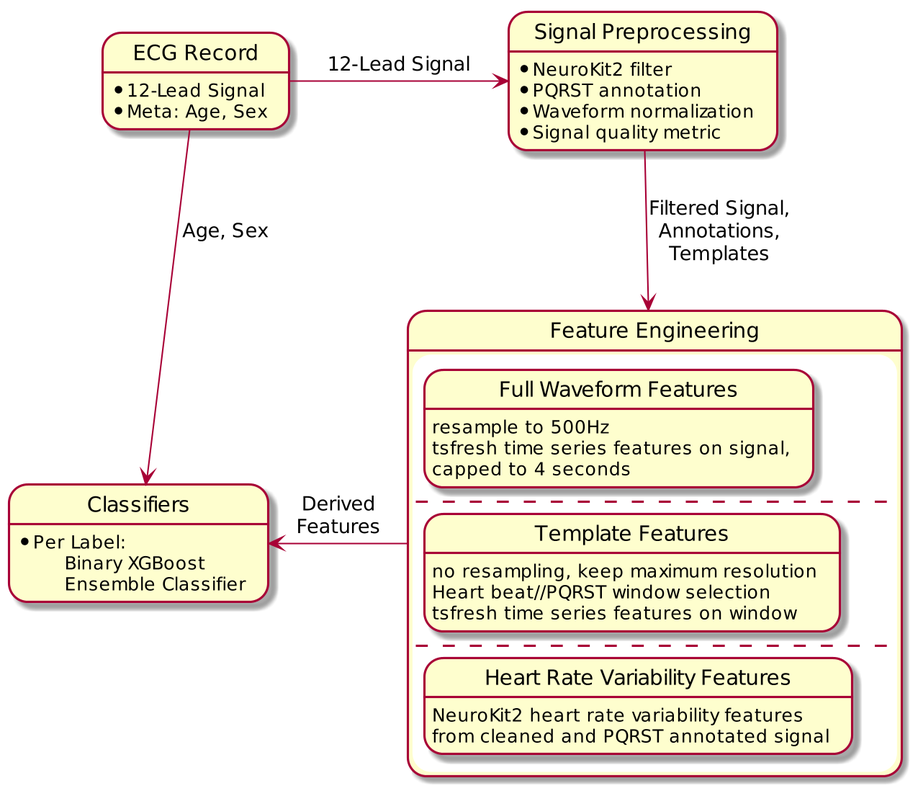
Earlier version of the PlantUML export fig/methodology.png (awwong1/cinc-2020-paper).
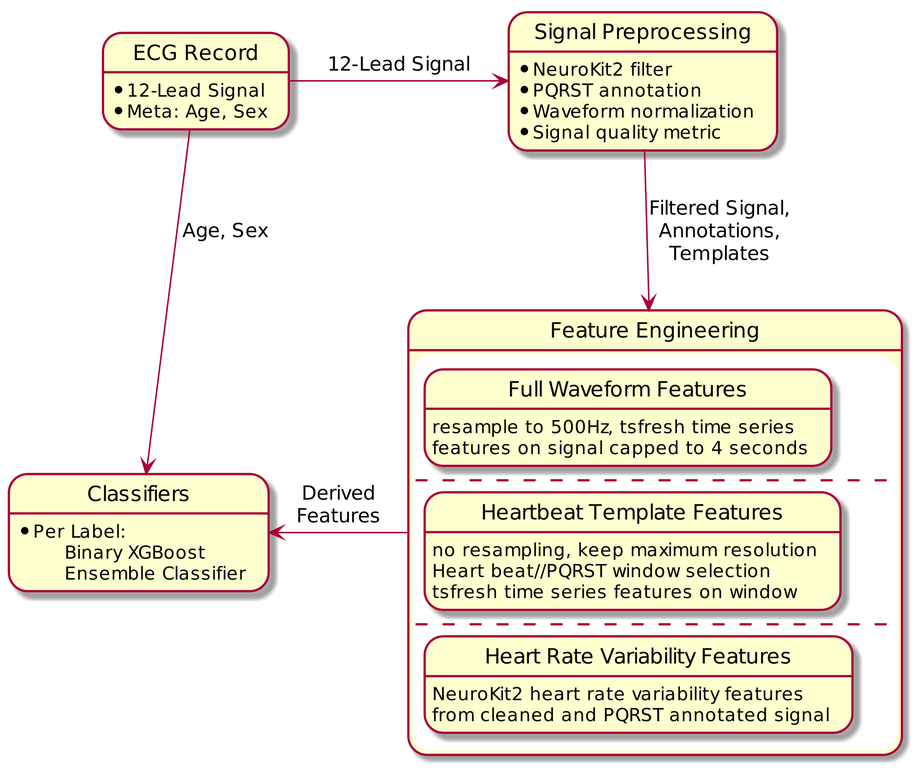
Later version of the same file.

Diff of the diagram source:
```diff
@@ -1,6 +1,6 @@
 @startuml
 hide empty description
-skinparam dpi 200
+skinparam dpi 300
 
 state "Classifiers" as classifier
 classifier : * Per Label:\n\tBinary XGBoost\n\tEnsemble Classifier
@@ -16,9 +16,9 @@
 
 state "Feature Engineering" as feat_eng {
   state "Full Waveform Features" as wave_feat
-  wave_feat : resample to 500Hz\ntsfresh time series features on signal,\ncapped to 4 seconds
+  wave_feat : resample to 500Hz, tsfresh time series\nfeatures on signal capped to 4 seconds
   --
-  state "Template Features" as temp_feat
+  state "Heartbeat Template Features" as temp_feat
   temp_feat : no resampling, keep maximum resolution\nHeart beat//PQRST window selection\ntsfresh time series features on window
   --
   state "Heart Rate Variability Features" as rri_feat
```
